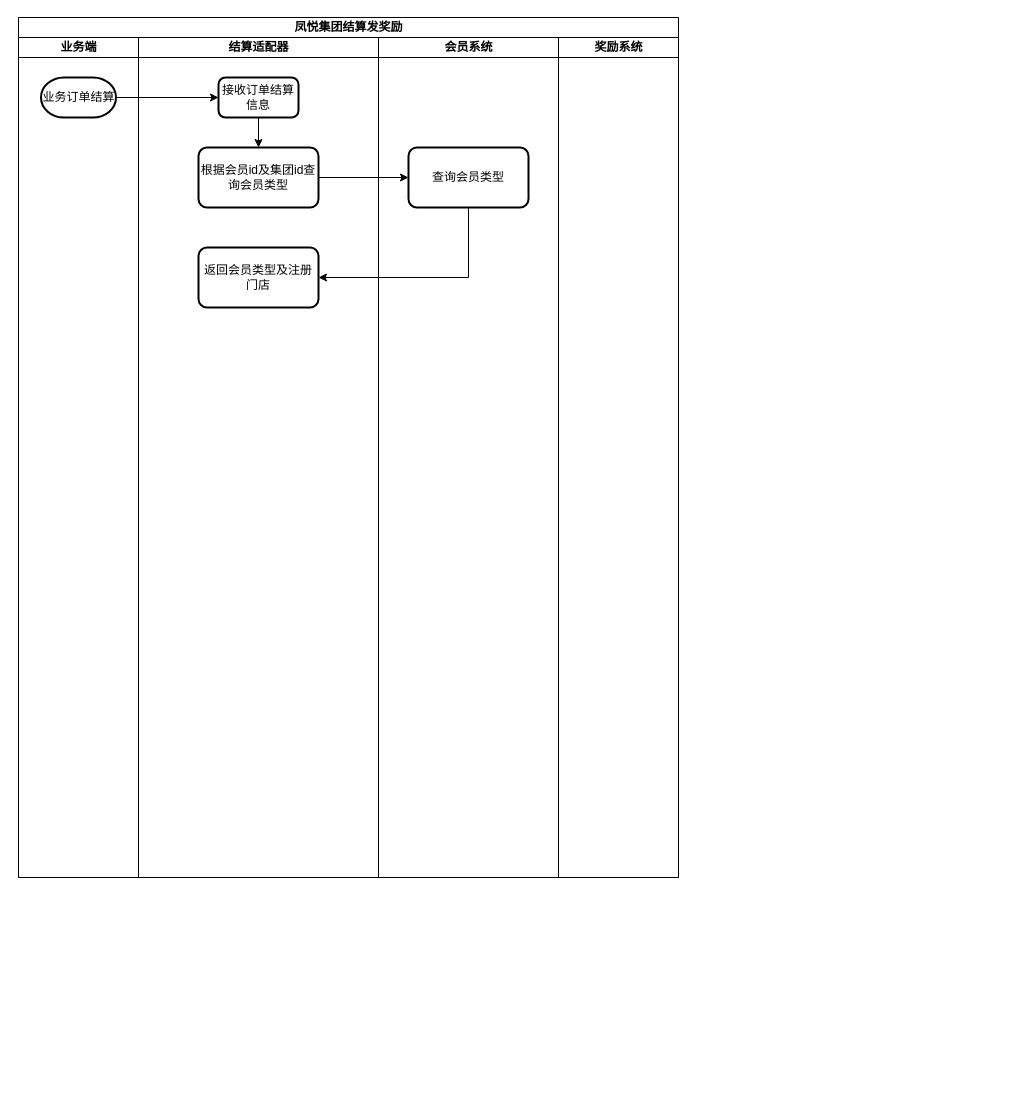
The draw.io diagram 凤悦集团结算发奖励.drawio in guohuan0126/test, before the edit. Source tidied: cells renumbered, new cells numbered last; positions are measured from the earlier drawing's top-left corner, leaving out a move shared by most shapes. Both pictures are drawn from the tidied source at 100%, with x=0, y=0 at pixel (18, 17).
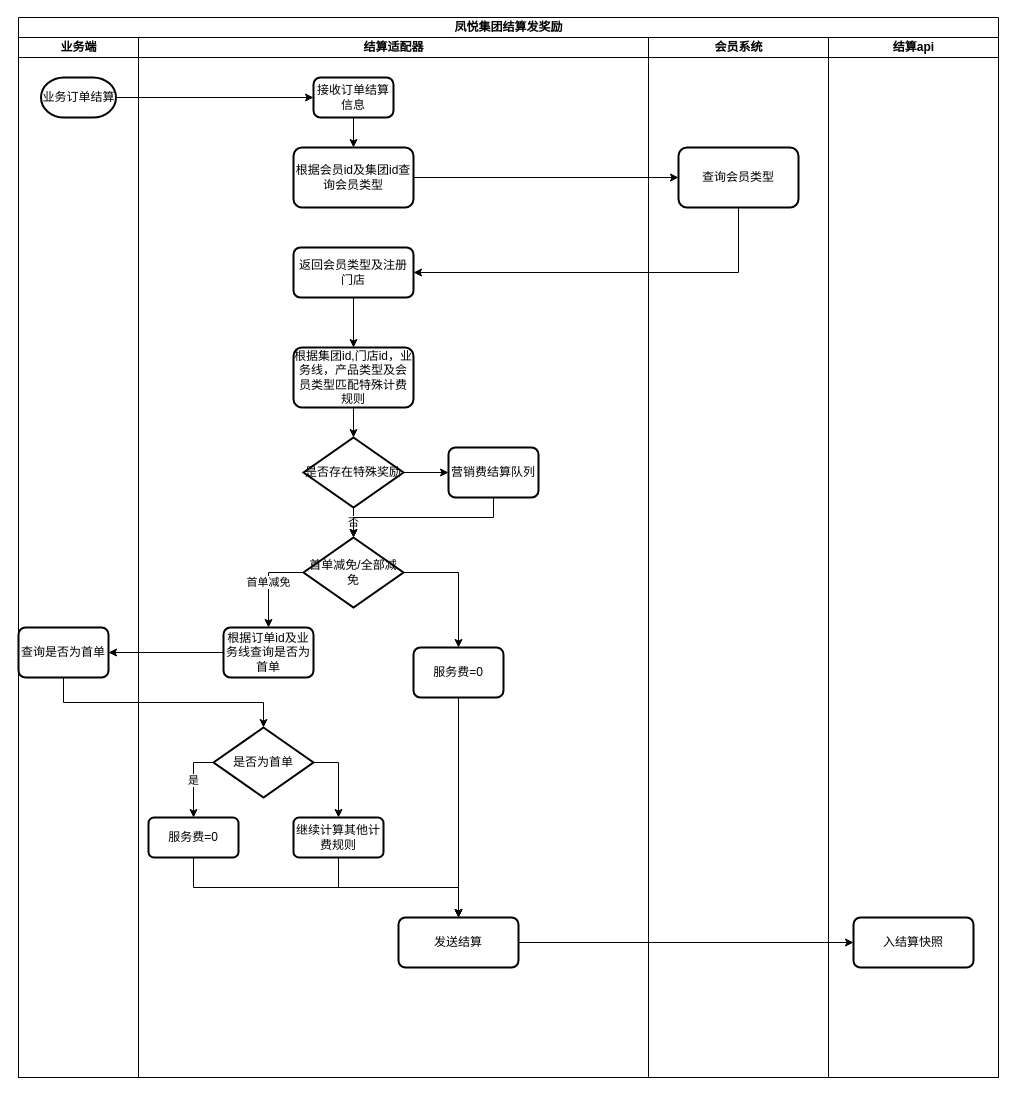
After the change.

Commit message (it also covers changes not shown here):
更新凤悦集团结算发奖励.drawio

Change to the diagram source:
```diff
@@
     <mxCell id="2" value="凤悦集团结算发奖励" style="swimlane;startSize=20;html=1;" parent="1" vertex="1">
-      <mxGeometry width="660" height="860" as="geometry" />
+      <mxGeometry width="980" height="1060" as="geometry" />
     </mxCell>
     <mxCell id="3" value="业务端" style="swimlane;startSize=20;html=1;" parent="2" vertex="1">
-      <mxGeometry y="20" width="120" height="840" as="geometry" />
+      <mxGeometry y="20" width="120" height="1040" as="geometry" />
     </mxCell>
@@
+    <mxCell id="16" value="查询是否为首单" style="whiteSpace=wrap;html=1;rounded=1;arcSize=14;strokeWidth=2;" parent="3" vertex="1">
+      <mxGeometry y="590" width="90" height="50" as="geometry" />
+    </mxCell>
     <mxCell id="5" value="结算适配器" style="swimlane;startSize=20;html=1;" parent="2" vertex="1">
-      <mxGeometry x="120" y="20" width="240" height="840" as="geometry" />
+      <mxGeometry x="120" y="20" width="510" height="1040" as="geometry" />
     </mxCell>
@@
     <mxCell id="7" value="接收订单结算信息" style="rounded=1;whiteSpace=wrap;html=1;absoluteArcSize=1;arcSize=14;strokeWidth=2;" parent="5" vertex="1">
-      <mxGeometry x="80" y="40" width="80" height="40" as="geometry" />
+      <mxGeometry x="175" y="40" width="80" height="40" as="geometry" />
     </mxCell>
     <mxCell id="8" value="根据会员id及集团id查询会员类型" style="whiteSpace=wrap;html=1;rounded=1;arcSize=14;strokeWidth=2;" parent="5" vertex="1">
-      <mxGeometry x="60" y="110" width="120" height="60" as="geometry" />
+      <mxGeometry x="155" y="110" width="120" height="60" as="geometry" />
     </mxCell>
+    <mxCell id="17" style="edgeStyle=orthogonalEdgeStyle;rounded=0;jettySize=auto;html=1;exitX=0.5;exitY=1;exitDx=0;exitDy=0;" parent="5" edge="1" source="9" target="18">
+      <mxGeometry relative="1" as="geometry" />
+    </mxCell>
     <mxCell id="9" value="返回会员类型及注册门店" style="whiteSpace=wrap;html=1;rounded=1;arcSize=14;strokeWidth=2;" parent="5" vertex="1">
-      <mxGeometry x="60" y="210" width="120" height="60" as="geometry" />
+      <mxGeometry x="155" y="210" width="120" height="50" as="geometry" />
     </mxCell>
+    <mxCell id="18" value="根据集团id,门店id，业务线，产品类型及会员类型匹配特殊计费规则" style="whiteSpace=wrap;html=1;rounded=1;arcSize=14;strokeWidth=2;" parent="5" vertex="1">
+      <mxGeometry x="155" y="310" width="120" height="60" as="geometry" />
+    </mxCell>
+    <mxCell id="19" value="首单减免" style="edgeStyle=orthogonalEdgeStyle;rounded=0;jettySize=auto;html=1;exitX=0;exitY=0.5;exitDx=0;exitDy=0;exitPerimeter=0;entryX=0.5;entryY=0;entryDx=0;entryDy=0;" parent="5" edge="1" source="21" target="22">
+      <mxGeometry relative="1" as="geometry" />
+    </mxCell>
+    <mxCell id="20" style="edgeStyle=orthogonalEdgeStyle;rounded=0;jettySize=auto;html=1;exitX=1;exitY=0.5;exitDx=0;exitDy=0;exitPerimeter=0;entryX=0.5;entryY=0;entryDx=0;entryDy=0;" parent="5" edge="1" source="21" target="31">
+      <mxGeometry relative="1" as="geometry" />
+    </mxCell>
+    <mxCell id="21" value="首单减免/全部减免" style="strokeWidth=2;html=1;shape=mxgraph.flowchart.decision;whiteSpace=wrap;" parent="5" vertex="1">
+      <mxGeometry x="165" y="500" width="100" height="70" as="geometry" />
+    </mxCell>
+    <mxCell id="22" value="根据订单id及业务线查询是否为首单" style="whiteSpace=wrap;html=1;rounded=1;arcSize=14;strokeWidth=2;" parent="5" vertex="1">
+      <mxGeometry x="85" y="590" width="90" height="50" as="geometry" />
+    </mxCell>
+    <mxCell id="23" value="是" style="edgeStyle=orthogonalEdgeStyle;rounded=0;jettySize=auto;html=1;exitX=0;exitY=0.5;exitDx=0;exitDy=0;exitPerimeter=0;entryX=0.5;entryY=0;entryDx=0;entryDy=0;" parent="5" edge="1" source="25" target="27">
+      <mxGeometry relative="1" as="geometry" />
+    </mxCell>
+    <mxCell id="24" style="edgeStyle=orthogonalEdgeStyle;rounded=0;jettySize=auto;html=1;exitX=1;exitY=0.5;exitDx=0;exitDy=0;exitPerimeter=0;entryX=0.5;entryY=0;entryDx=0;entryDy=0;" parent="5" edge="1" source="25" target="29">
+      <mxGeometry relative="1" as="geometry" />
+    </mxCell>
+    <mxCell id="25" value="是否为首单" style="strokeWidth=2;html=1;shape=mxgraph.flowchart.decision;whiteSpace=wrap;" parent="5" vertex="1">
+      <mxGeometry x="75" y="690" width="100" height="70" as="geometry" />
+    </mxCell>
+    <mxCell id="26" style="edgeStyle=orthogonalEdgeStyle;rounded=0;jettySize=auto;html=1;exitX=0.5;exitY=1;exitDx=0;exitDy=0;" parent="5" edge="1" source="27" target="32">
+      <mxGeometry relative="1" as="geometry" />
+    </mxCell>
+    <mxCell id="27" value="服务费=0" style="whiteSpace=wrap;html=1;rounded=1;arcSize=14;strokeWidth=2;" parent="5" vertex="1">
+      <mxGeometry x="10" y="780" width="90" height="40" as="geometry" />
+    </mxCell>
+    <mxCell id="28" style="edgeStyle=orthogonalEdgeStyle;rounded=0;jettySize=auto;html=1;exitX=0.5;exitY=1;exitDx=0;exitDy=0;entryX=0.5;entryY=0;entryDx=0;entryDy=0;" parent="5" edge="1" source="29" target="32">
+      <mxGeometry relative="1" as="geometry" />
+    </mxCell>
+    <mxCell id="29" value="继续计算其他计费规则" style="whiteSpace=wrap;html=1;rounded=1;arcSize=14;strokeWidth=2;" parent="5" vertex="1">
+      <mxGeometry x="155" y="780" width="90" height="40" as="geometry" />
+    </mxCell>
+    <mxCell id="30" style="edgeStyle=orthogonalEdgeStyle;rounded=0;jettySize=auto;html=1;exitX=0.5;exitY=1;exitDx=0;exitDy=0;entryX=0.5;entryY=0;entryDx=0;entryDy=0;" parent="5" edge="1" source="31" target="32">
+      <mxGeometry relative="1" as="geometry" />
+    </mxCell>
+    <mxCell id="31" value="服务费=0" style="whiteSpace=wrap;html=1;rounded=1;arcSize=14;strokeWidth=2;" parent="5" vertex="1">
+      <mxGeometry x="275" y="610" width="90" height="50" as="geometry" />
+    </mxCell>
+    <mxCell id="32" value="发送结算" style="whiteSpace=wrap;html=1;rounded=1;arcSize=14;strokeWidth=2;" parent="5" vertex="1">
+      <mxGeometry x="260" y="880" width="120" height="50" as="geometry" />
+    </mxCell>
+    <mxCell id="33" style="edgeStyle=orthogonalEdgeStyle;rounded=0;jettySize=auto;html=1;exitX=1;exitY=0.5;exitDx=0;exitDy=0;exitPerimeter=0;" parent="5" edge="1" source="34">
+      <mxGeometry relative="1" as="geometry">
+        <mxPoint x="310" y="435" as="targetPoint" />
+      </mxGeometry>
+    </mxCell>
+    <mxCell id="34" value="是否存在特殊奖励" style="strokeWidth=2;html=1;shape=mxgraph.flowchart.decision;whiteSpace=wrap;" parent="5" vertex="1">
+      <mxGeometry x="165" y="400" width="100" height="70" as="geometry" />
+    </mxCell>
+    <mxCell id="35" style="edgeStyle=orthogonalEdgeStyle;rounded=0;jettySize=auto;html=1;exitX=0.5;exitY=1;exitDx=0;exitDy=0;entryX=0.5;entryY=0;entryDx=0;entryDy=0;entryPerimeter=0;" parent="5" edge="1" source="18" target="34">
+      <mxGeometry relative="1" as="geometry" />
+    </mxCell>
+    <mxCell id="36" value="否" style="edgeStyle=orthogonalEdgeStyle;rounded=0;jettySize=auto;html=1;exitX=0.5;exitY=1;exitDx=0;exitDy=0;exitPerimeter=0;entryX=0.5;entryY=0;entryDx=0;entryDy=0;entryPerimeter=0;" parent="5" edge="1" source="34" target="21">
+      <mxGeometry relative="1" as="geometry" />
+    </mxCell>
+    <mxCell id="37" value="营销费结算队列" style="whiteSpace=wrap;html=1;rounded=1;arcSize=14;strokeWidth=2;" parent="5" vertex="1">
+      <mxGeometry x="310" y="410" width="90" height="50" as="geometry" />
+    </mxCell>
+    <mxCell id="38" style="edgeStyle=orthogonalEdgeStyle;rounded=0;jettySize=auto;html=1;exitX=0.5;exitY=1;exitDx=0;exitDy=0;entryX=0.5;entryY=0;entryDx=0;entryDy=0;entryPerimeter=0;" parent="5" edge="1" source="37" target="21">
+      <mxGeometry relative="1" as="geometry" />
+    </mxCell>
     <mxCell id="10" value="会员系统" style="swimlane;startSize=20;html=1;" parent="2" vertex="1">
-      <mxGeometry x="360" y="20" width="180" height="840" as="geometry" />
+      <mxGeometry x="630" y="20" width="180" height="1040" as="geometry" />
     </mxCell>
@@
-    <mxCell id="12" value="奖励系统" style="swimlane;startSize=20;html=1;" parent="2" vertex="1">
-      <mxGeometry x="540" y="20" width="120" height="840" as="geometry" />
-    </mxCell>
+    <mxCell id="39" value="结算api" style="swimlane;startSize=20;html=1;" parent="2" vertex="1">
+      <mxGeometry x="810" y="20" width="170" height="1040" as="geometry" />
+    </mxCell>
+    <mxCell id="40" value="入结算快照" style="whiteSpace=wrap;html=1;rounded=1;arcSize=14;strokeWidth=2;" parent="39" vertex="1">
+      <mxGeometry x="25" y="880" width="120" height="50" as="geometry" />
+    </mxCell>
@@
+    <mxCell id="41" style="edgeStyle=orthogonalEdgeStyle;rounded=0;jettySize=auto;html=1;exitX=0;exitY=0.5;exitDx=0;exitDy=0;entryX=1;entryY=0.5;entryDx=0;entryDy=0;" parent="2" edge="1" source="22" target="16">
+      <mxGeometry relative="1" as="geometry" />
+    </mxCell>
+    <mxCell id="42" style="edgeStyle=orthogonalEdgeStyle;rounded=0;jettySize=auto;html=1;exitX=0.5;exitY=1;exitDx=0;exitDy=0;entryX=0.5;entryY=0;entryDx=0;entryDy=0;entryPerimeter=0;" parent="2" edge="1" source="16" target="25">
+      <mxGeometry relative="1" as="geometry" />
+    </mxCell>
+    <mxCell id="43" style="edgeStyle=orthogonalEdgeStyle;rounded=0;jettySize=auto;html=1;exitX=1;exitY=0.5;exitDx=0;exitDy=0;entryX=0;entryY=0.5;entryDx=0;entryDy=0;" parent="2" edge="1" source="32" target="40">
+      <mxGeometry relative="1" as="geometry" />
+    </mxCell>
```
